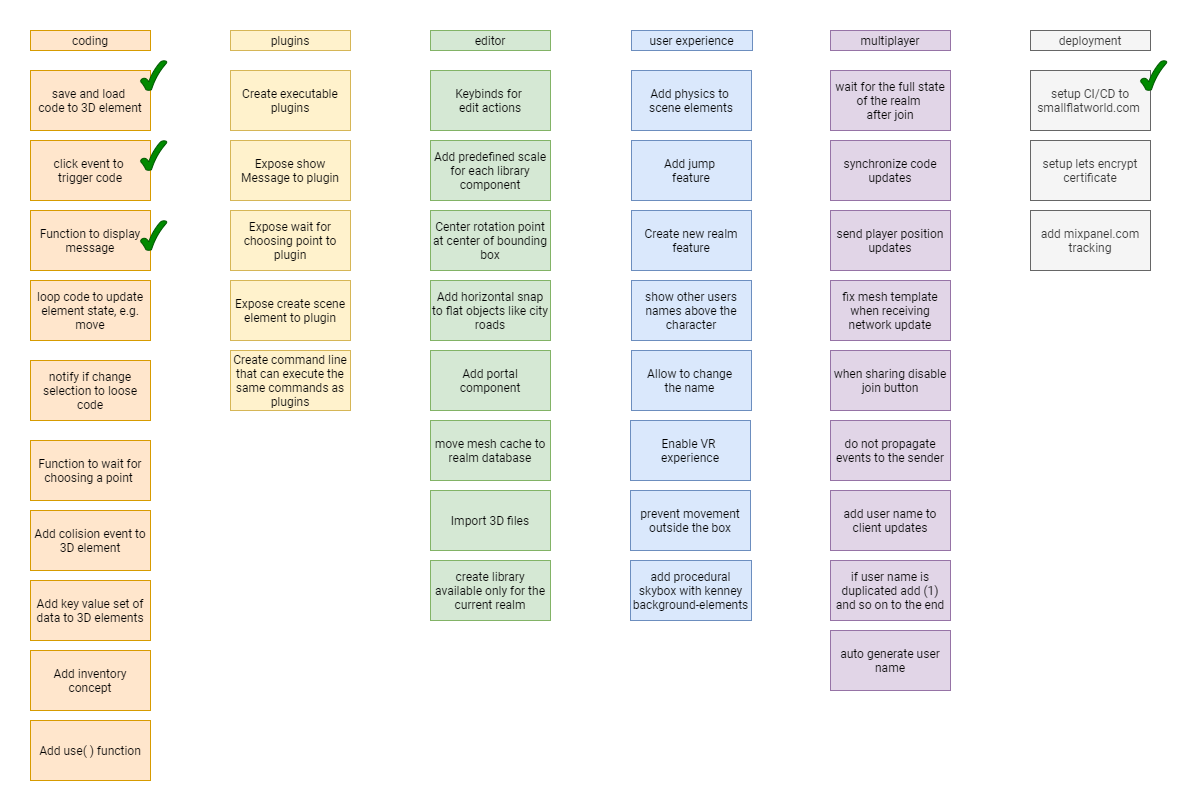
This is small-flat-world-roadmap.png from hamilton-lima/smallflatworld, a draw.io export, as it was before one commit. Source tidied: cells renumbered, new cells last; positions are measured from the earlier drawing's top-left corner, leaving out a move shared by most shapes.
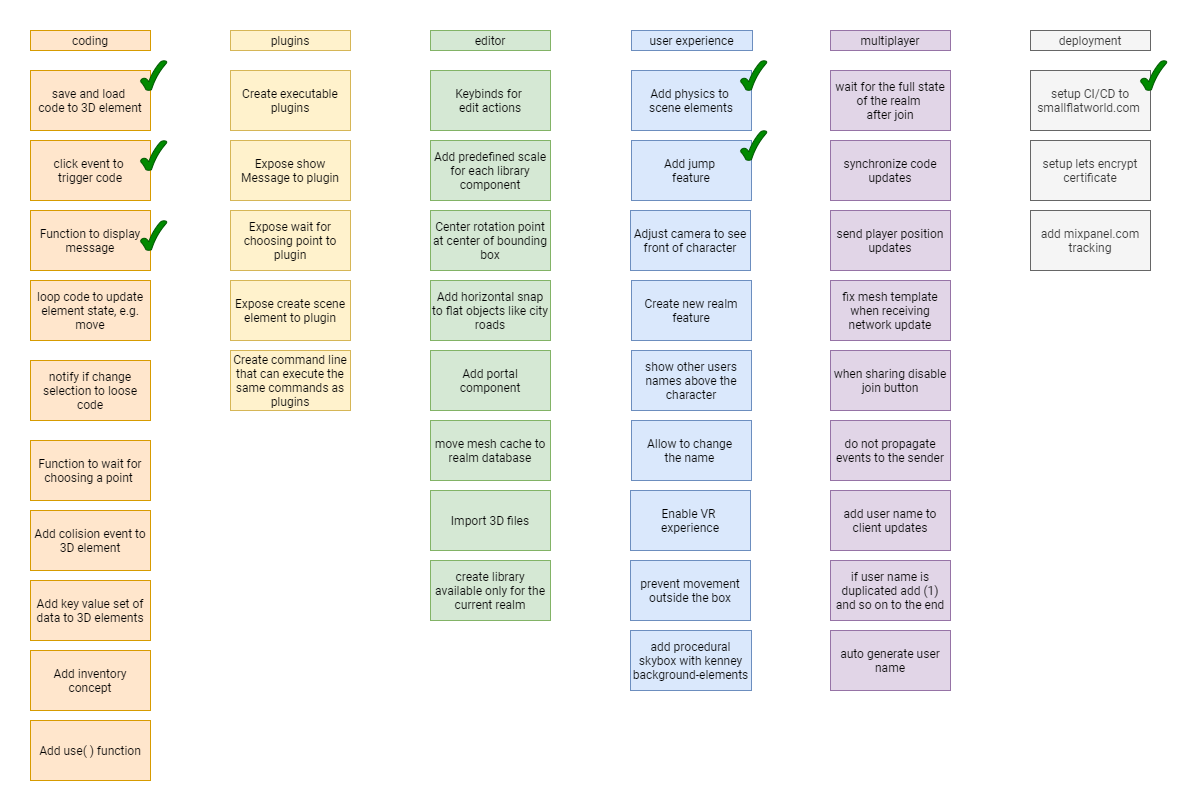
Later version of the same file.

Change to the diagram source:
```diff
@@ -15,7 +15,7 @@
       <mxGeometry x="601" y="40" width="120" height="60" as="geometry" />
     </mxCell>
     <mxCell id="6" value="Create new realm feature" style="rounded=0;whiteSpace=wrap;html=1;fontFamily=Roboto;fillColor=#dae8fc;strokeColor=#6c8ebf;" parent="1" vertex="1">
-      <mxGeometry x="601" y="180" width="120" height="60" as="geometry" />
+      <mxGeometry x="601" y="250" width="120" height="60" as="geometry" />
     </mxCell>
     <mxCell id="7" value="Keybinds for &lt;br&gt;edit actions" style="rounded=0;whiteSpace=wrap;html=1;fontFamily=Roboto;fillColor=#d5e8d4;strokeColor=#82b366;" parent="1" vertex="1">
       <mxGeometry x="400" y="40" width="120" height="60" as="geometry" />
@@ -51,13 +51,13 @@
       <mxGeometry x="800" y="320" width="120" height="60" as="geometry" />
     </mxCell>
     <mxCell id="18" value="Enable VR &lt;br&gt;experience" style="rounded=0;whiteSpace=wrap;html=1;fontFamily=Roboto;fillColor=#dae8fc;strokeColor=#6c8ebf;" parent="1" vertex="1">
-      <mxGeometry x="600" y="390" width="120" height="60" as="geometry" />
+      <mxGeometry x="600" y="460" width="120" height="60" as="geometry" />
     </mxCell>
     <mxCell id="19" value="prevent movement outside the box" style="rounded=0;whiteSpace=wrap;html=1;fontFamily=Roboto;fillColor=#dae8fc;strokeColor=#6c8ebf;" parent="1" vertex="1">
-      <mxGeometry x="600" y="460" width="120" height="60" as="geometry" />
+      <mxGeometry x="600" y="530" width="120" height="60" as="geometry" />
     </mxCell>
     <mxCell id="20" value="add procedural skybox with kenney background-elements" style="rounded=0;whiteSpace=wrap;html=1;fontFamily=Roboto;fillColor=#dae8fc;strokeColor=#6c8ebf;" parent="1" vertex="1">
-      <mxGeometry x="600" y="530" width="121" height="60" as="geometry" />
+      <mxGeometry x="600" y="600" width="121" height="60" as="geometry" />
     </mxCell>
     <mxCell id="21" value="Add key value set of data to 3D elements" style="rounded=0;whiteSpace=wrap;html=1;fontFamily=Roboto;fillColor=#ffe6cc;strokeColor=#d79b00;" parent="1" vertex="1">
       <mxGeometry y="550" width="120" height="60" as="geometry" />
@@ -108,13 +108,13 @@
       <mxGeometry x="800" y="530" width="120" height="60" as="geometry" />
     </mxCell>
     <mxCell id="37" value="Allow to change &lt;br&gt;the name&amp;nbsp;" style="rounded=0;whiteSpace=wrap;html=1;fontFamily=Roboto;fillColor=#dae8fc;strokeColor=#6c8ebf;" parent="1" vertex="1">
-      <mxGeometry x="601" y="320" width="120" height="60" as="geometry" />
+      <mxGeometry x="601" y="390" width="120" height="60" as="geometry" />
     </mxCell>
     <mxCell id="38" value="user experience" style="text;html=1;strokeColor=#6c8ebf;fillColor=#dae8fc;align=center;verticalAlign=middle;whiteSpace=wrap;rounded=0;fontFamily=Roboto;" parent="1" vertex="1">
       <mxGeometry x="601" width="121" height="20" as="geometry" />
     </mxCell>
     <mxCell id="39" value="show other users names above the character" style="rounded=0;whiteSpace=wrap;html=1;fontFamily=Roboto;fillColor=#dae8fc;strokeColor=#6c8ebf;" parent="1" vertex="1">
-      <mxGeometry x="601" y="250" width="120" height="60" as="geometry" />
+      <mxGeometry x="601" y="320" width="120" height="60" as="geometry" />
     </mxCell>
     <mxCell id="40" value="Add inventory concept" style="rounded=0;whiteSpace=wrap;html=1;fontFamily=Roboto;fillColor=#ffe6cc;strokeColor=#d79b00;" parent="1" vertex="1">
       <mxGeometry y="620" width="120" height="60" as="geometry" />
@@ -161,5 +161,14 @@
     <mxCell id="54" style="verticalLabelPosition=bottom;verticalAlign=top;html=1;shape=mxgraph.basic.tick;fontFamily=Roboto;fillColor=#008a00;strokeColor=#005700;fontColor=#ffffff;" parent="1" vertex="1">
       <mxGeometry x="110" y="190" width="26.2" height="30" as="geometry" />
     </mxCell>
+    <mxCell id="55" style="verticalLabelPosition=bottom;verticalAlign=top;html=1;shape=mxgraph.basic.tick;fontFamily=Roboto;fillColor=#008a00;strokeColor=#005700;fontColor=#ffffff;" parent="1" vertex="1">
+      <mxGeometry x="710" y="30" width="26.2" height="30" as="geometry" />
+    </mxCell>
+    <mxCell id="56" style="verticalLabelPosition=bottom;verticalAlign=top;html=1;shape=mxgraph.basic.tick;fontFamily=Roboto;fillColor=#008a00;strokeColor=#005700;fontColor=#ffffff;" parent="1" vertex="1">
+      <mxGeometry x="710" y="100" width="26.2" height="30" as="geometry" />
+    </mxCell>
+    <mxCell id="57" value="Adjust camera to see front of character" style="rounded=0;whiteSpace=wrap;html=1;fontFamily=Roboto;fillColor=#dae8fc;strokeColor=#6c8ebf;" parent="1" vertex="1">
+      <mxGeometry x="600" y="180" width="120" height="60" as="geometry" />
+    </mxCell>
   </root>
 </mxGraphModel>
```
